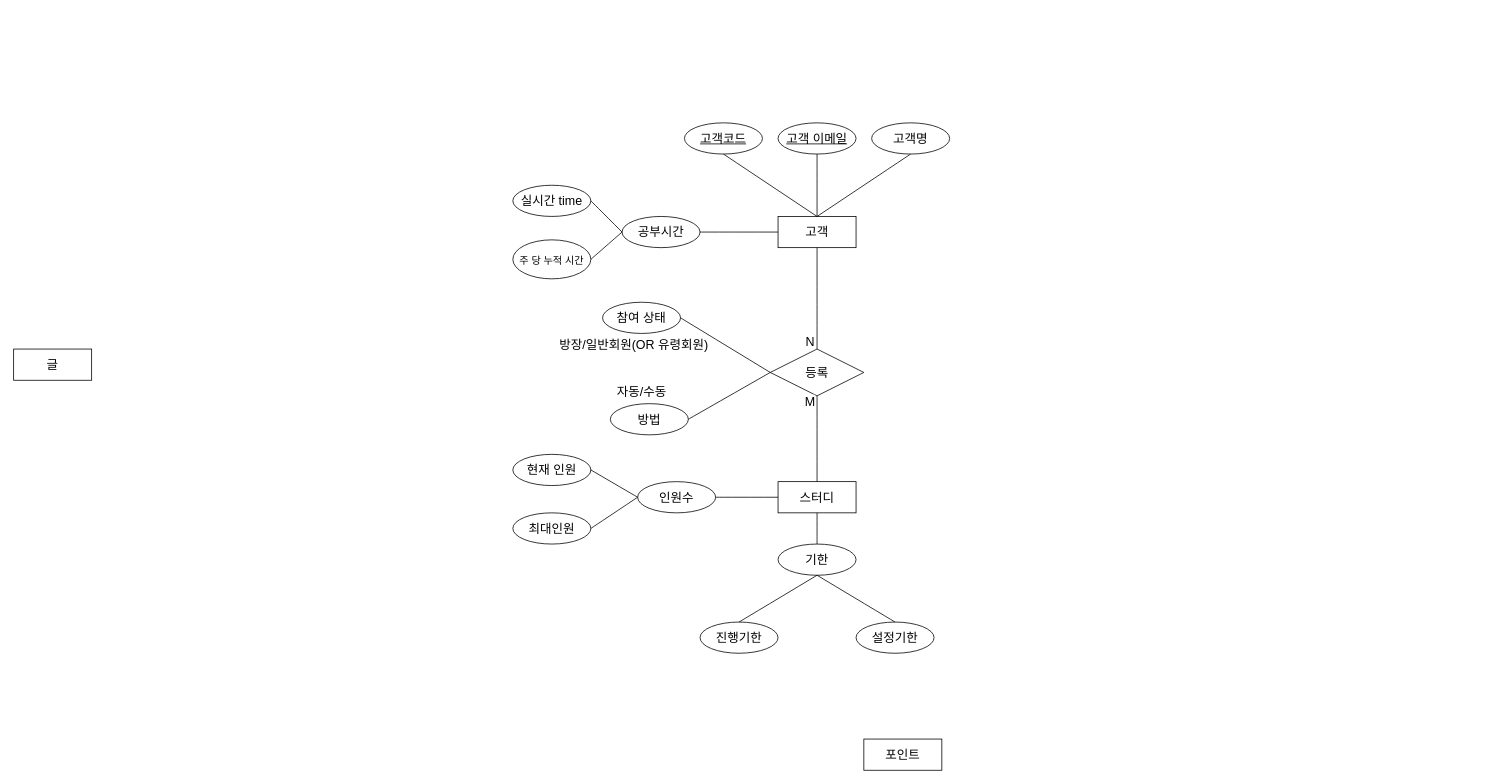
Earlier version of the draw.io diagram page "페이지-2" (2 of 2) of 제목 없는 다이어그램.drawio (LJYeon12/ERD). Source tidied: cells renumbered, new cells numbered last; positions are measured from the earlier drawing's top-left corner, leaving out a move shared by most shapes. Both pictures are drawn from the tidied source at 78%, with x=0, y=0 at pixel (13, 122).
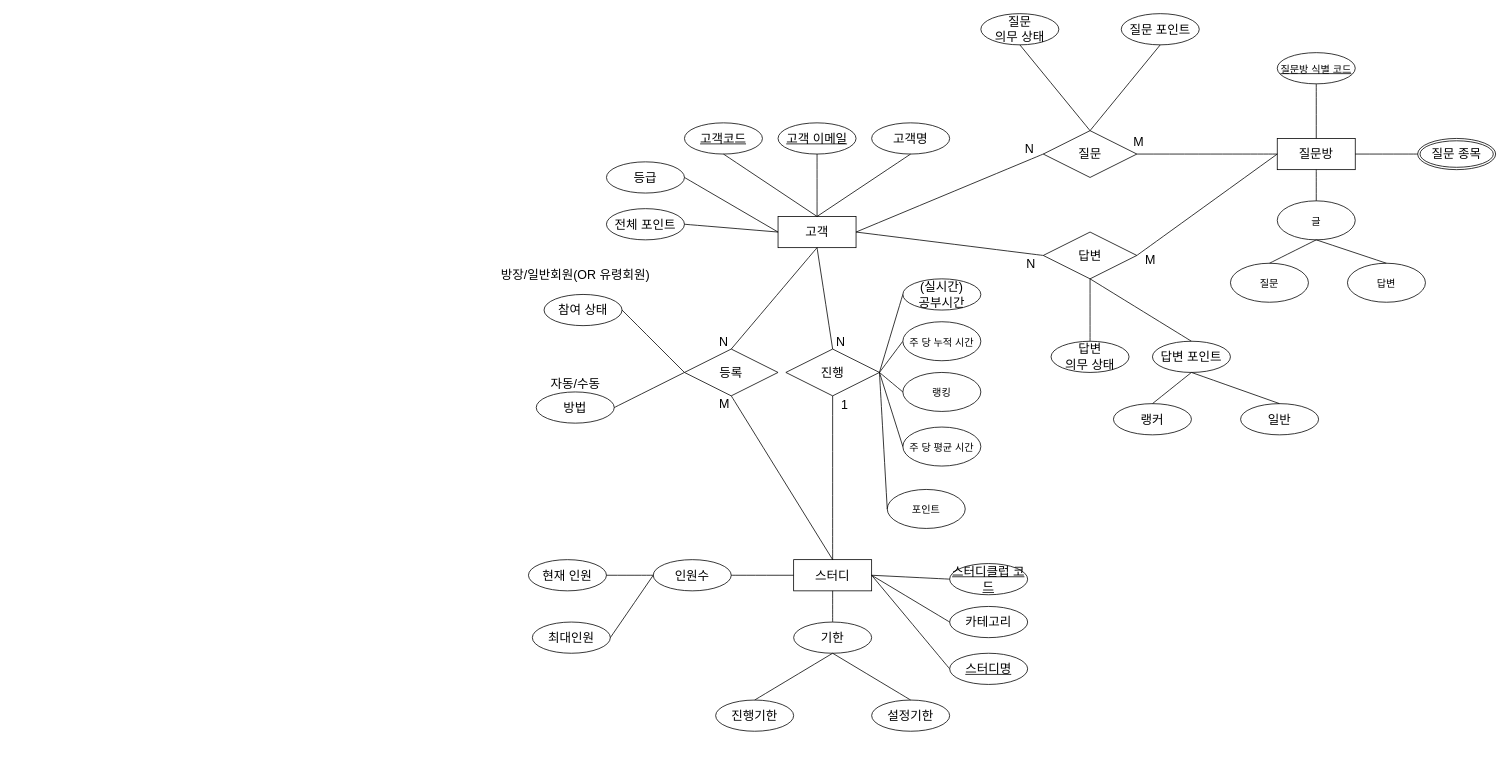
The same page after the edit.

Commit message:
제목 없는 다이어그램.drawio 업데이트

Unchanged cells that the change refers to:
```xml
<mxCell id="2" value="고객" style="whiteSpace=wrap;html=1;align=center;fontSize=16;" parent="1" vertex="1">
  <mxGeometry x="980" y="120" width="100" height="40" as="geometry" />
</mxCell>
<mxCell id="19" style="endArrow=none;html=1;rounded=0;fontSize=12;startSize=8;endSize=8;curved=1;entryX=0.5;entryY=0;entryDx=0;entryDy=0;exitX=0.5;exitY=1;exitDx=0;exitDy=0;" parent="1" edge="1" source="2" target="18">
  <mxGeometry relative="1" as="geometry" />
</mxCell>
<mxCell id="21" style="endArrow=none;html=1;rounded=0;fontSize=12;startSize=8;endSize=8;curved=1;entryX=0.5;entryY=0;entryDx=0;entryDy=0;exitX=0.5;exitY=1;exitDx=0;exitDy=0;" parent="1" edge="1" source="18" target="17">
  <mxGeometry relative="1" as="geometry" />
</mxCell>
```

Diff of the diagram source:
```diff
@@
-    <mxCell id="9" value="포인트" style="whiteSpace=wrap;html=1;align=center;fontSize=16;" parent="1" vertex="1">
-      <mxGeometry x="1090" y="790" width="100" height="40" as="geometry" />
-    </mxCell>
-    <mxCell id="10" value="공부시간" style="ellipse;whiteSpace=wrap;html=1;align=center;fontSize=16;" parent="1" vertex="1">
-      <mxGeometry x="780" y="120" width="100" height="40" as="geometry" />
+    <mxCell id="10" value="(실시간)&lt;br&gt;공부시간" style="ellipse;whiteSpace=wrap;html=1;align=center;fontSize=16;" parent="1" vertex="1">
+      <mxGeometry x="1140" y="200" width="100" height="40" as="geometry" />
     </mxCell>
-    <mxCell id="11" value="실시간 time" style="ellipse;whiteSpace=wrap;html=1;align=center;fontSize=16;" parent="1" vertex="1">
-      <mxGeometry x="640" y="80" width="100" height="40" as="geometry" />
-    </mxCell>
-    <mxCell id="12" value="&lt;font style=&quot;font-size: 13px;&quot;&gt;주 당 누적 시간&lt;/font&gt;" style="ellipse;whiteSpace=wrap;html=1;align=center;fontSize=16;" parent="1" vertex="1">
-      <mxGeometry x="640" y="150" width="100" height="50" as="geometry" />
-    </mxCell>
-    <mxCell id="13" style="endArrow=none;html=1;rounded=0;fontSize=12;startSize=8;endSize=8;curved=1;entryX=0;entryY=0.5;entryDx=0;entryDy=0;exitX=1;exitY=0.5;exitDx=0;exitDy=0;" parent="1" edge="1" source="11" target="10">
-      <mxGeometry relative="1" as="geometry" />
-    </mxCell>
-    <mxCell id="14" style="endArrow=none;html=1;rounded=0;fontSize=12;startSize=8;endSize=8;curved=1;entryX=0;entryY=0.5;entryDx=0;entryDy=0;exitX=1;exitY=0.5;exitDx=0;exitDy=0;" parent="1" edge="1" source="12" target="10">
+    <mxCell id="14" style="endArrow=none;html=1;rounded=0;fontSize=12;startSize=8;endSize=8;curved=1;entryX=0;entryY=0.5;entryDx=0;entryDy=0;exitX=1;exitY=0.5;exitDx=0;exitDy=0;" parent="1" edge="1" source="47" target="12">
       <mxGeometry relative="1" as="geometry" />
     </mxCell>
-    <mxCell id="15" style="endArrow=none;html=1;rounded=0;fontSize=12;startSize=8;endSize=8;curved=1;entryX=0;entryY=0.5;entryDx=0;entryDy=0;exitX=1;exitY=0.5;exitDx=0;exitDy=0;" parent="1" edge="1" source="10" target="2">
+    <mxCell id="15" style="endArrow=none;html=1;rounded=0;fontSize=12;startSize=8;endSize=8;curved=1;entryX=1;entryY=0.5;entryDx=0;entryDy=0;exitX=0;exitY=0.5;exitDx=0;exitDy=0;" parent="1" edge="1" source="10" target="47">
       <mxGeometry relative="1" as="geometry" />
     </mxCell>
-    <mxCell id="16" value="글" style="whiteSpace=wrap;html=1;align=center;fontSize=16;" parent="1" vertex="1">
-      <mxGeometry y="290" width="100" height="40" as="geometry" />
-    </mxCell>
     <mxCell id="17" value="스터디" style="whiteSpace=wrap;html=1;align=center;fontSize=16;" parent="1" vertex="1">
-      <mxGeometry x="980" y="460" width="100" height="40" as="geometry" />
+      <mxGeometry x="1000" y="560" width="100" height="40" as="geometry" />
     </mxCell>
     <mxCell id="18" value="등록" style="shape=rhombus;perimeter=rhombusPerimeter;whiteSpace=wrap;html=1;align=center;fontSize=16;" parent="1" vertex="1">
-      <mxGeometry x="970" y="290" width="120" height="60" as="geometry" />
+      <mxGeometry x="860" y="290" width="120" height="60" as="geometry" />
     </mxCell>
@@
     <mxCell id="20" value="N" style="edgeLabel;html=1;align=center;verticalAlign=middle;fontSize=16;" parent="19" vertex="1">
       <mxGeometry x="0.1" y="-2" relative="1" as="geometry">
-        <mxPoint x="-8" y="48" as="offset" />
+        <mxPoint x="-58" y="50" as="offset" />
       </mxGeometry>
     </mxCell>
@@
     <mxCell id="22" value="M" style="edgeLabel;html=1;align=center;verticalAlign=middle;fontSize=16;" parent="21" vertex="1">
       <mxGeometry x="-0.01" relative="1" as="geometry">
-        <mxPoint x="-10" y="-47" as="offset" />
+        <mxPoint x="-74" y="-94" as="offset" />
       </mxGeometry>
     </mxCell>
     <mxCell id="23" value="인원수" style="ellipse;whiteSpace=wrap;html=1;align=center;fontSize=16;" parent="1" vertex="1">
-      <mxGeometry x="800" y="460" width="100" height="40" as="geometry" />
+      <mxGeometry x="820" y="560" width="100" height="40" as="geometry" />
     </mxCell>
     <mxCell id="24" value="현재 인원" style="ellipse;whiteSpace=wrap;html=1;align=center;fontSize=16;" parent="1" vertex="1">
-      <mxGeometry x="640" y="425" width="100" height="40" as="geometry" />
+      <mxGeometry x="660" y="560" width="100" height="40" as="geometry" />
     </mxCell>
     <mxCell id="25" value="최대인원" style="ellipse;whiteSpace=wrap;html=1;align=center;fontSize=16;" parent="1" vertex="1">
-      <mxGeometry x="640" y="500" width="100" height="40" as="geometry" />
+      <mxGeometry x="665" y="640" width="100" height="40" as="geometry" />
     </mxCell>
@@
     <mxCell id="29" value="참여 상태" style="ellipse;whiteSpace=wrap;html=1;align=center;fontSize=16;" parent="1" vertex="1">
-      <mxGeometry x="755" y="230" width="100" height="40" as="geometry" />
+      <mxGeometry x="680" y="220" width="100" height="40" as="geometry" />
     </mxCell>
@@
     <mxCell id="31" value="방장/일반회원(OR 유령회원)" style="text;html=1;align=center;verticalAlign=middle;strokeColor=none;fillColor=none;fontSize=16;" parent="1" vertex="1">
-      <mxGeometry x="680" y="270" width="230" height="30" as="geometry" />
+      <mxGeometry x="605" y="180" width="230" height="30" as="geometry" />
     </mxCell>
     <mxCell id="32" value="기한" style="ellipse;whiteSpace=wrap;html=1;align=center;fontSize=16;" parent="1" vertex="1">
-      <mxGeometry x="980" y="540" width="100" height="40" as="geometry" />
+      <mxGeometry x="1000" y="640" width="100" height="40" as="geometry" />
     </mxCell>
     <mxCell id="33" value="진행기한" style="ellipse;whiteSpace=wrap;html=1;align=center;fontSize=16;" parent="1" vertex="1">
-      <mxGeometry x="880" y="640" width="100" height="40" as="geometry" />
+      <mxGeometry x="900" y="740" width="100" height="40" as="geometry" />
     </mxCell>
     <mxCell id="34" value="설정기한" style="ellipse;whiteSpace=wrap;html=1;align=center;fontSize=16;" parent="1" vertex="1">
-      <mxGeometry x="1080" y="640" width="100" height="40" as="geometry" />
+      <mxGeometry x="1100" y="740" width="100" height="40" as="geometry" />
     </mxCell>
@@
-    <mxCell id="37" style="endArrow=none;html=1;rounded=0;fontSize=12;startSize=8;endSize=8;curved=1;entryX=0.5;entryY=1;entryDx=0;entryDy=0;exitX=0.5;exitY=0;exitDx=0;exitDy=0;" parent="1" edge="1" source="32" target="17">
+    <mxCell id="37" style="endArrow=none;html=1;rounded=0;fontSize=12;startSize=8;endSize=8;curved=1;exitX=0.5;exitY=0;exitDx=0;exitDy=0;" parent="1" edge="1" source="32" target="17">
       <mxGeometry relative="1" as="geometry" />
     </mxCell>
     <mxCell id="38" value="방법" style="ellipse;whiteSpace=wrap;html=1;align=center;fontSize=16;" parent="1" vertex="1">
-      <mxGeometry x="765" y="360" width="100" height="40" as="geometry" />
+      <mxGeometry x="670" y="345" width="100" height="40" as="geometry" />
     </mxCell>
     <mxCell id="39" value="자동/수동" style="text;html=1;align=center;verticalAlign=middle;strokeColor=none;fillColor=none;fontSize=16;" parent="1" vertex="1">
-      <mxGeometry x="760" y="330" width="90" height="30" as="geometry" />
+      <mxGeometry x="675" y="320" width="90" height="30" as="geometry" />
     </mxCell>
@@
+    <mxCell id="41" value="스터디클럽 코드" style="ellipse;whiteSpace=wrap;html=1;align=center;fontStyle=4;fontSize=16;" parent="1" vertex="1">
+      <mxGeometry x="1200" y="565" width="100" height="40" as="geometry" />
+    </mxCell>
+    <mxCell id="42" style="endArrow=none;html=1;rounded=0;fontSize=12;startSize=8;endSize=8;curved=1;entryX=1;entryY=0.5;entryDx=0;entryDy=0;exitX=0;exitY=0.5;exitDx=0;exitDy=0;" parent="1" edge="1" source="41" target="17">
+      <mxGeometry relative="1" as="geometry" />
+    </mxCell>
+    <mxCell id="43" value="카테고리" style="ellipse;whiteSpace=wrap;html=1;align=center;fontSize=16;" parent="1" vertex="1">
+      <mxGeometry x="1200" y="620" width="100" height="40" as="geometry" />
+    </mxCell>
+    <mxCell id="44" style="endArrow=none;html=1;rounded=0;fontSize=12;startSize=8;endSize=8;curved=1;entryX=1;entryY=0.5;entryDx=0;entryDy=0;exitX=0;exitY=0.5;exitDx=0;exitDy=0;" parent="1" edge="1" source="43" target="17">
+      <mxGeometry relative="1" as="geometry" />
+    </mxCell>
+    <mxCell id="12" value="&lt;font style=&quot;font-size: 13px;&quot;&gt;주 당 누적 시간&lt;/font&gt;" style="ellipse;whiteSpace=wrap;html=1;align=center;fontSize=16;" parent="1" vertex="1">
+      <mxGeometry x="1140" y="255" width="100" height="50" as="geometry" />
+    </mxCell>
+    <mxCell id="45" value="&lt;font style=&quot;font-size: 13px;&quot;&gt;랭킹&lt;/font&gt;" style="ellipse;whiteSpace=wrap;html=1;align=center;fontSize=16;" parent="1" vertex="1">
+      <mxGeometry x="1140" y="320" width="100" height="50" as="geometry" />
+    </mxCell>
+    <mxCell id="46" style="endArrow=none;html=1;rounded=0;fontSize=12;startSize=8;endSize=8;curved=1;entryX=0;entryY=0.5;entryDx=0;entryDy=0;exitX=1;exitY=0.5;exitDx=0;exitDy=0;" parent="1" edge="1" source="47" target="45">
+      <mxGeometry relative="1" as="geometry" />
+    </mxCell>
+    <mxCell id="47" value="진행" style="shape=rhombus;perimeter=rhombusPerimeter;whiteSpace=wrap;html=1;align=center;fontSize=16;" parent="1" vertex="1">
+      <mxGeometry x="990" y="290" width="120" height="60" as="geometry" />
+    </mxCell>
+    <mxCell id="48" style="endArrow=none;html=1;rounded=0;fontSize=12;startSize=8;endSize=8;curved=1;entryX=0.5;entryY=0;entryDx=0;entryDy=0;exitX=0.5;exitY=1;exitDx=0;exitDy=0;" parent="1" edge="1" source="2" target="47">
+      <mxGeometry relative="1" as="geometry" />
+    </mxCell>
+    <mxCell id="49" value="N" style="edgeLabel;html=1;align=center;verticalAlign=middle;fontSize=16;" parent="48" vertex="1">
+      <mxGeometry x="0.1" y="-2" relative="1" as="geometry">
+        <mxPoint x="21" y="48" as="offset" />
+      </mxGeometry>
+    </mxCell>
+    <mxCell id="50" style="endArrow=none;html=1;rounded=0;fontSize=12;startSize=8;endSize=8;curved=1;entryX=0.5;entryY=1;entryDx=0;entryDy=0;exitX=0.5;exitY=0;exitDx=0;exitDy=0;" parent="1" edge="1" source="17" target="47">
+      <mxGeometry relative="1" as="geometry" />
+    </mxCell>
+    <mxCell id="51" value="1" style="edgeLabel;html=1;align=center;verticalAlign=middle;fontSize=16;" parent="50" vertex="1">
+      <mxGeometry x="0.1" y="-2" relative="1" as="geometry">
+        <mxPoint x="12" y="-84" as="offset" />
+      </mxGeometry>
+    </mxCell>
+    <mxCell id="52" value="질문방" style="whiteSpace=wrap;html=1;align=center;fontSize=16;" parent="1" vertex="1">
+      <mxGeometry x="1620" y="20" width="100" height="40" as="geometry" />
+    </mxCell>
+    <mxCell id="53" value="&lt;font style=&quot;font-size: 13px;&quot;&gt;질문방 식별 코드&lt;/font&gt;" style="ellipse;whiteSpace=wrap;html=1;align=center;fontStyle=4;fontSize=16;" parent="1" vertex="1">
+      <mxGeometry x="1620" y="-90" width="100" height="40" as="geometry" />
+    </mxCell>
+    <mxCell id="54" style="endArrow=none;html=1;rounded=0;fontSize=12;startSize=8;endSize=8;curved=1;entryX=0.5;entryY=0;entryDx=0;entryDy=0;exitX=0.5;exitY=1;exitDx=0;exitDy=0;" parent="1" edge="1" source="53" target="52">
+      <mxGeometry relative="1" as="geometry" />
+    </mxCell>
+    <mxCell id="55" value="질문 종목" style="ellipse;shape=doubleEllipse;margin=3;whiteSpace=wrap;html=1;align=center;fontSize=16;" parent="1" vertex="1">
+      <mxGeometry x="1800" y="20" width="100" height="40" as="geometry" />
+    </mxCell>
+    <mxCell id="56" style="endArrow=none;html=1;rounded=0;fontSize=12;startSize=8;endSize=8;curved=1;entryX=1;entryY=0.5;entryDx=0;entryDy=0;exitX=0;exitY=0.5;exitDx=0;exitDy=0;" parent="1" edge="1" source="55" target="52">
+      <mxGeometry relative="1" as="geometry" />
+    </mxCell>
+    <mxCell id="57" value="전체 포인트" style="ellipse;whiteSpace=wrap;html=1;align=center;fontSize=16;" parent="1" vertex="1">
+      <mxGeometry x="760" y="110" width="100" height="40" as="geometry" />
+    </mxCell>
+    <mxCell id="58" value="등급" style="ellipse;whiteSpace=wrap;html=1;align=center;fontSize=16;" parent="1" vertex="1">
+      <mxGeometry x="760" y="50" width="100" height="40" as="geometry" />
+    </mxCell>
+    <mxCell id="59" style="endArrow=none;html=1;rounded=0;fontSize=12;startSize=8;endSize=8;curved=1;entryX=0;entryY=0.5;entryDx=0;entryDy=0;exitX=1;exitY=0.5;exitDx=0;exitDy=0;" parent="1" edge="1" source="57" target="2">
+      <mxGeometry relative="1" as="geometry" />
+    </mxCell>
+    <mxCell id="60" style="endArrow=none;html=1;rounded=0;fontSize=12;startSize=8;endSize=8;curved=1;entryX=0;entryY=0.5;entryDx=0;entryDy=0;exitX=1;exitY=0.5;exitDx=0;exitDy=0;" parent="1" edge="1" source="58" target="2">
+      <mxGeometry relative="1" as="geometry" />
+    </mxCell>
+    <mxCell id="16" value="&lt;span style=&quot;font-size: 13px;&quot;&gt;글&lt;/span&gt;" style="ellipse;whiteSpace=wrap;html=1;align=center;fontSize=16;" parent="1" vertex="1">
+      <mxGeometry x="1620" y="100" width="100" height="50" as="geometry" />
+    </mxCell>
+    <mxCell id="61" value="&lt;span style=&quot;font-size: 13px;&quot;&gt;질문&lt;/span&gt;" style="ellipse;whiteSpace=wrap;html=1;align=center;fontSize=16;" parent="1" vertex="1">
+      <mxGeometry x="1560" y="180" width="100" height="50" as="geometry" />
+    </mxCell>
+    <mxCell id="62" value="&lt;span style=&quot;font-size: 13px;&quot;&gt;답변&lt;/span&gt;" style="ellipse;whiteSpace=wrap;html=1;align=center;fontSize=16;" parent="1" vertex="1">
+      <mxGeometry x="1710" y="180" width="100" height="50" as="geometry" />
+    </mxCell>
+    <mxCell id="63" style="endArrow=none;html=1;rounded=0;fontSize=12;startSize=8;endSize=8;curved=1;entryX=0.5;entryY=0;entryDx=0;entryDy=0;exitX=0.5;exitY=1;exitDx=0;exitDy=0;" parent="1" edge="1" source="52" target="16">
+      <mxGeometry relative="1" as="geometry" />
+    </mxCell>
+    <mxCell id="64" style="endArrow=none;html=1;rounded=0;fontSize=12;startSize=8;endSize=8;curved=1;entryX=0.5;entryY=1;entryDx=0;entryDy=0;exitX=0.5;exitY=0;exitDx=0;exitDy=0;" parent="1" edge="1" source="61" target="16">
+      <mxGeometry relative="1" as="geometry" />
+    </mxCell>
+    <mxCell id="65" style="endArrow=none;html=1;rounded=0;fontSize=12;startSize=8;endSize=8;curved=1;entryX=0.5;entryY=1;entryDx=0;entryDy=0;exitX=0.5;exitY=0;exitDx=0;exitDy=0;" parent="1" edge="1" source="62" target="16">
+      <mxGeometry relative="1" as="geometry" />
+    </mxCell>
+    <mxCell id="66" value="&lt;font style=&quot;font-size: 13px;&quot;&gt;주 당 평균 시간&lt;/font&gt;" style="ellipse;whiteSpace=wrap;html=1;align=center;fontSize=16;" parent="1" vertex="1">
+      <mxGeometry x="1140" y="390" width="100" height="50" as="geometry" />
+    </mxCell>
+    <mxCell id="67" style="endArrow=none;html=1;rounded=0;fontSize=12;startSize=8;endSize=8;curved=1;entryX=0;entryY=0.5;entryDx=0;entryDy=0;exitX=1;exitY=0.5;exitDx=0;exitDy=0;" parent="1" edge="1" source="47" target="66">
+      <mxGeometry relative="1" as="geometry" />
+    </mxCell>
+    <mxCell id="9" value="&lt;font style=&quot;font-size: 13px;&quot;&gt;포인트&lt;/font&gt;" style="ellipse;whiteSpace=wrap;html=1;align=center;fontSize=16;" parent="1" vertex="1">
+      <mxGeometry x="1120" y="470" width="100" height="50" as="geometry" />
+    </mxCell>
+    <mxCell id="68" style="endArrow=none;html=1;rounded=0;fontSize=12;startSize=8;endSize=8;curved=1;entryX=0;entryY=0.5;entryDx=0;entryDy=0;" parent="1" edge="1" target="9">
+      <mxGeometry relative="1" as="geometry">
+        <mxPoint x="1110" y="320" as="sourcePoint" />
+      </mxGeometry>
+    </mxCell>
+    <mxCell id="69" value="질문" style="shape=rhombus;perimeter=rhombusPerimeter;whiteSpace=wrap;html=1;align=center;fontSize=16;" parent="1" vertex="1">
+      <mxGeometry x="1320" y="10" width="120" height="60" as="geometry" />
+    </mxCell>
+    <mxCell id="70" value="답변" style="shape=rhombus;perimeter=rhombusPerimeter;whiteSpace=wrap;html=1;align=center;fontSize=16;" parent="1" vertex="1">
+      <mxGeometry x="1320" y="140" width="120" height="60" as="geometry" />
+    </mxCell>
+    <mxCell id="71" style="endArrow=none;html=1;rounded=0;fontSize=12;startSize=8;endSize=8;curved=1;entryX=1;entryY=0.5;entryDx=0;entryDy=0;exitX=0;exitY=0.5;exitDx=0;exitDy=0;" parent="1" edge="1" source="69" target="2">
+      <mxGeometry relative="1" as="geometry" />
+    </mxCell>
+    <mxCell id="72" style="endArrow=none;html=1;rounded=0;fontSize=12;startSize=8;endSize=8;curved=1;entryX=1;entryY=0.5;entryDx=0;entryDy=0;exitX=0;exitY=0.5;exitDx=0;exitDy=0;" parent="1" edge="1" source="70" target="2">
+      <mxGeometry relative="1" as="geometry" />
+    </mxCell>
+    <mxCell id="73" style="endArrow=none;html=1;rounded=0;fontSize=12;startSize=8;endSize=8;curved=1;exitX=1;exitY=0.5;exitDx=0;exitDy=0;entryX=0;entryY=0.5;entryDx=0;entryDy=0;" parent="1" edge="1" source="70" target="52">
+      <mxGeometry relative="1" as="geometry" />
+    </mxCell>
+    <mxCell id="74" style="endArrow=none;html=1;rounded=0;fontSize=12;startSize=8;endSize=8;curved=1;entryX=1;entryY=0.5;entryDx=0;entryDy=0;exitX=0;exitY=0.5;exitDx=0;exitDy=0;" parent="1" edge="1" source="52" target="69">
+      <mxGeometry relative="1" as="geometry" />
+    </mxCell>
+    <mxCell id="75" value="질문&lt;br&gt;의무 상태" style="ellipse;whiteSpace=wrap;html=1;align=center;fontSize=16;" parent="1" vertex="1">
+      <mxGeometry x="1240" y="-140" width="100" height="40" as="geometry" />
+    </mxCell>
+    <mxCell id="76" value="질문 포인트" style="ellipse;whiteSpace=wrap;html=1;align=center;fontSize=16;" parent="1" vertex="1">
+      <mxGeometry x="1420" y="-140" width="100" height="40" as="geometry" />
+    </mxCell>
+    <mxCell id="77" style="endArrow=none;html=1;rounded=0;fontSize=12;startSize=8;endSize=8;curved=1;entryX=0.5;entryY=1;entryDx=0;entryDy=0;exitX=0.5;exitY=0;exitDx=0;exitDy=0;" parent="1" edge="1" source="69" target="75">
+      <mxGeometry relative="1" as="geometry" />
+    </mxCell>
+    <mxCell id="78" style="endArrow=none;html=1;rounded=0;fontSize=12;startSize=8;endSize=8;curved=1;entryX=0.5;entryY=1;entryDx=0;entryDy=0;exitX=0.5;exitY=0;exitDx=0;exitDy=0;" parent="1" edge="1" source="69" target="76">
+      <mxGeometry relative="1" as="geometry" />
+    </mxCell>
+    <mxCell id="79" value="답변&lt;br&gt;의무 상태" style="ellipse;whiteSpace=wrap;html=1;align=center;fontSize=16;" parent="1" vertex="1">
+      <mxGeometry x="1330" y="280" width="100" height="40" as="geometry" />
+    </mxCell>
+    <mxCell id="80" value="답변 포인트" style="ellipse;whiteSpace=wrap;html=1;align=center;fontSize=16;" parent="1" vertex="1">
+      <mxGeometry x="1460" y="280" width="100" height="40" as="geometry" />
+    </mxCell>
+    <mxCell id="81" value="랭커" style="ellipse;whiteSpace=wrap;html=1;align=center;fontSize=16;" parent="1" vertex="1">
+      <mxGeometry x="1410" y="360" width="100" height="40" as="geometry" />
+    </mxCell>
+    <mxCell id="82" value="일반" style="ellipse;whiteSpace=wrap;html=1;align=center;fontSize=16;" parent="1" vertex="1">
+      <mxGeometry x="1573" y="360" width="100" height="40" as="geometry" />
+    </mxCell>
+    <mxCell id="83" style="endArrow=none;html=1;rounded=0;fontSize=12;startSize=8;endSize=8;curved=1;entryX=0.5;entryY=1;entryDx=0;entryDy=0;exitX=0.5;exitY=0;exitDx=0;exitDy=0;" parent="1" edge="1" source="79" target="70">
+      <mxGeometry relative="1" as="geometry" />
+    </mxCell>
+    <mxCell id="84" style="endArrow=none;html=1;rounded=0;fontSize=12;startSize=8;endSize=8;curved=1;entryX=0.5;entryY=1;entryDx=0;entryDy=0;exitX=0.5;exitY=0;exitDx=0;exitDy=0;" parent="1" edge="1" source="80" target="70">
+      <mxGeometry relative="1" as="geometry" />
+    </mxCell>
+    <mxCell id="85" style="endArrow=none;html=1;rounded=0;fontSize=12;startSize=8;endSize=8;curved=1;entryX=0.5;entryY=0;entryDx=0;entryDy=0;exitX=0.5;exitY=1;exitDx=0;exitDy=0;" parent="1" edge="1" source="80" target="81">
+      <mxGeometry relative="1" as="geometry" />
+    </mxCell>
+    <mxCell id="86" style="endArrow=none;html=1;rounded=0;fontSize=12;startSize=8;endSize=8;curved=1;entryX=0.5;entryY=0;entryDx=0;entryDy=0;exitX=0.5;exitY=1;exitDx=0;exitDy=0;" parent="1" edge="1" source="80" target="82">
+      <mxGeometry relative="1" as="geometry" />
+    </mxCell>
+    <mxCell id="87" value="N" style="edgeLabel;html=1;align=center;verticalAlign=middle;fontSize=16;" parent="1" vertex="1">
+      <mxGeometry x="1090" y="290" as="geometry">
+        <mxPoint x="211" y="-258" as="offset" />
+      </mxGeometry>
+    </mxCell>
+    <mxCell id="88" value="M" style="edgeLabel;html=1;align=center;verticalAlign=middle;fontSize=16;" parent="1" vertex="1">
+      <mxGeometry x="1080" y="310" as="geometry">
+        <mxPoint x="361" y="-287" as="offset" />
+      </mxGeometry>
+    </mxCell>
+    <mxCell id="89" value="N" style="edgeLabel;html=1;align=center;verticalAlign=middle;fontSize=16;" parent="1" vertex="1">
+      <mxGeometry x="1300" y="180" as="geometry">
+        <mxPoint x="3" y="-1" as="offset" />
+      </mxGeometry>
+    </mxCell>
+    <mxCell id="90" value="M" style="edgeLabel;html=1;align=center;verticalAlign=middle;fontSize=16;" parent="1" vertex="1">
+      <mxGeometry x="1350" y="190" as="geometry">
+        <mxPoint x="106" y="-15" as="offset" />
+      </mxGeometry>
+    </mxCell>
+    <mxCell id="91" style="endArrow=none;html=1;rounded=0;fontSize=12;startSize=8;endSize=8;curved=1;exitX=0;exitY=0.5;exitDx=0;exitDy=0;entryX=1;entryY=0.5;entryDx=0;entryDy=0;" parent="1" edge="1" source="92" target="17">
+      <mxGeometry relative="1" as="geometry" />
+    </mxCell>
+    <mxCell id="92" value="스터디명" style="ellipse;whiteSpace=wrap;html=1;align=center;fontStyle=4;fontSize=16;" parent="1" vertex="1">
+      <mxGeometry x="1200" y="680" width="100" height="40" as="geometry" />
+    </mxCell>
```
